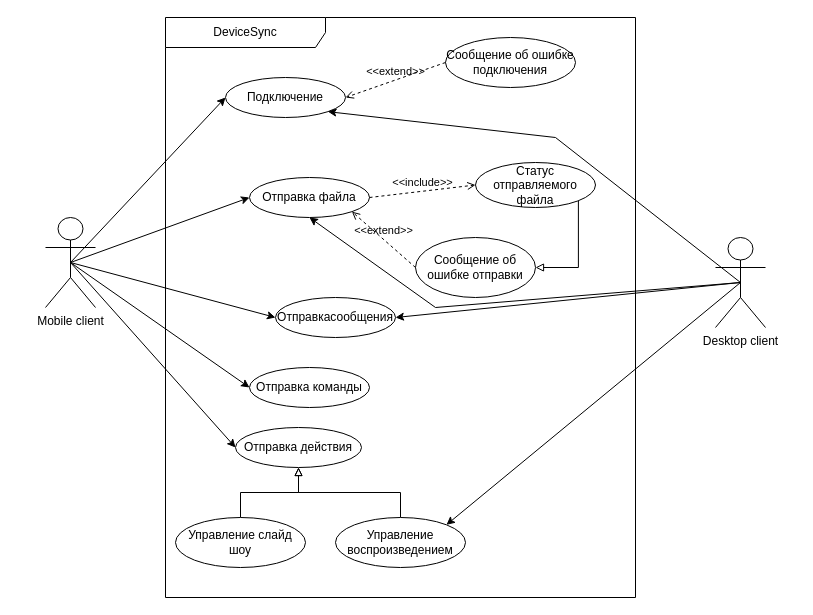
choosenname/DeviceSync keeps this draw.io diagram as DeviceSyncLogic/Diagrams.drawio. Above is the earlier version. Source tidied: cells renumbered, new cells numbered last; positions are measured from the earlier drawing's top-left corner, leaving out a move shared by most shapes. Both pictures are drawn from the tidied source at 100%, with x=0, y=0 at pixel (45, 17).
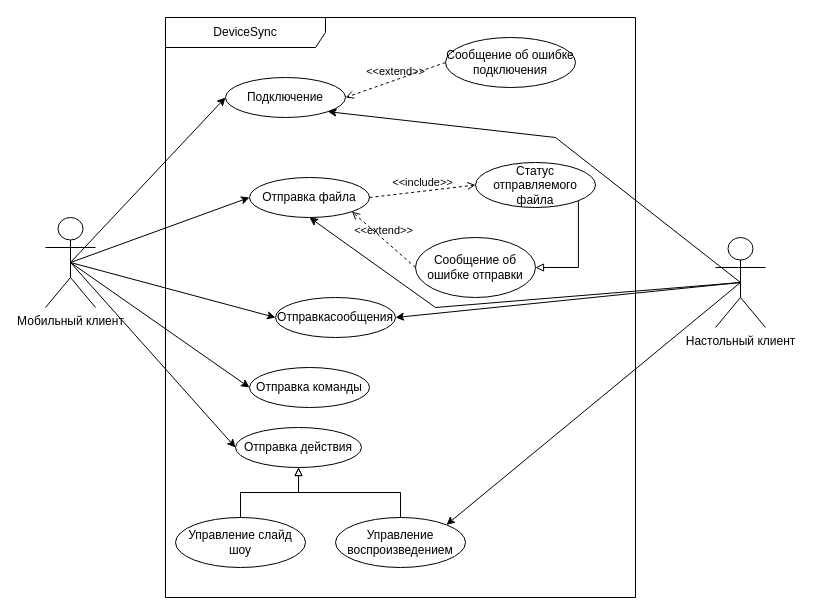
Above is the later version.

Diff of the diagram source:
```diff
@@
-    <mxCell id="24" value="Mobile client " style="shape=umlActor;verticalLabelPosition=bottom;verticalAlign=top;html=1;" parent="1" vertex="1">
+    <mxCell id="24" value="Мобильный клиент" style="shape=umlActor;verticalLabelPosition=bottom;verticalAlign=top;html=1;" parent="1" vertex="1">
       <mxGeometry y="200" width="50" height="90" as="geometry" />
     </mxCell>
@@
-    <mxCell id="29" value="Desktop client " style="shape=umlActor;verticalLabelPosition=bottom;verticalAlign=top;html=1;" parent="1" vertex="1">
+    <mxCell id="29" value="Настольный клиент " style="shape=umlActor;verticalLabelPosition=bottom;verticalAlign=top;html=1;" parent="1" vertex="1">
       <mxGeometry x="670" y="220" width="50" height="90" as="geometry" />
     </mxCell>
```
